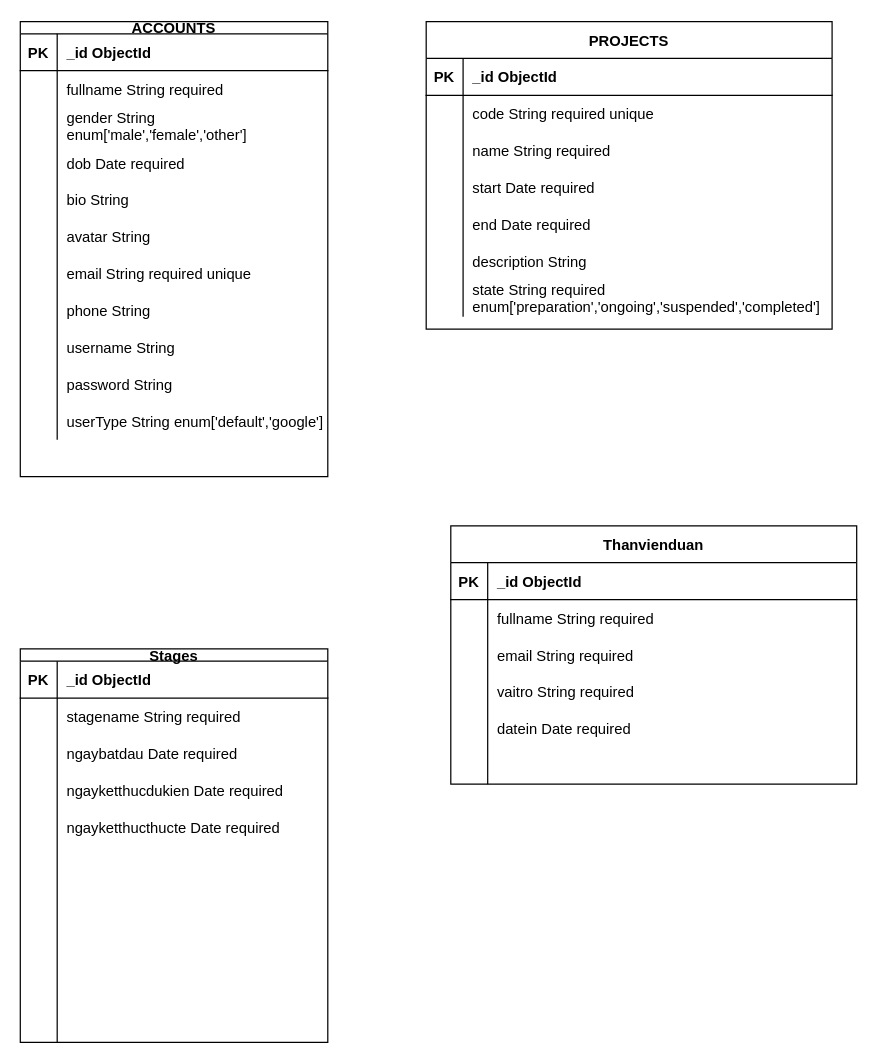
Before: Untitled Diagram.drawio in mqdo/pnl-x10-2-backend, a draw.io diagram. Source tidied: cells renumbered, new cells numbered last; positions are measured from the earlier drawing's top-left corner, leaving out a move shared by most shapes. Both pictures are drawn from the tidied source at 123%, with x=0, y=0 at pixel (20, 21).
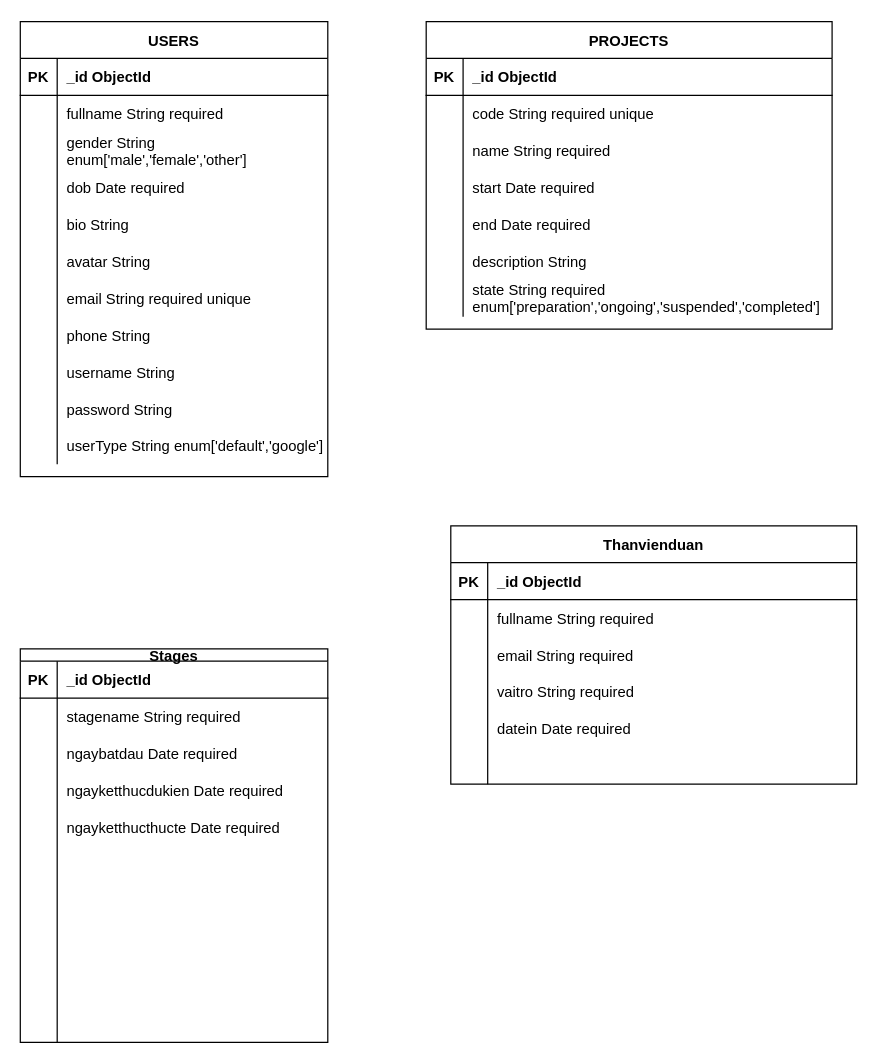
The same page after the edit.

Commit message:
Update Untitled Diagram.drawio, change Accounts model to Users

Diff of the diagram source:
```diff
@@
-    <mxCell id="24" value="ACCOUNTS" style="shape=table;startSize=10;childLayout=tableLayout;rowLines=0;fontStyle=1;align=center;" parent="1" vertex="1">
+    <mxCell id="24" value="USERS" style="shape=table;startSize=30;childLayout=tableLayout;rowLines=0;fontStyle=1;align=center;" parent="1" vertex="1">
       <mxGeometry width="250" height="370" as="geometry" />
     </mxCell>
     <mxCell id="25" style="shape=partialRectangle;fillColor=none;top=0;left=0;right=0;bottom=1;" parent="24" vertex="1">
-      <mxGeometry y="10" width="250" height="30" as="geometry" />
+      <mxGeometry y="30" width="250" height="30" as="geometry" />
     </mxCell>
@@
     <mxCell id="28" style="shape=partialRectangle;fillColor=none;top=0;left=0;right=0;bottom=0;" parent="24" vertex="1">
-      <mxGeometry y="40" width="250" height="30" as="geometry" />
+      <mxGeometry y="60" width="250" height="30" as="geometry" />
     </mxCell>
@@
     <mxCell id="31" style="shape=partialRectangle;fillColor=none;top=0;left=0;right=0;bottom=0;" parent="24" vertex="1">
-      <mxGeometry y="70" width="250" height="30" as="geometry" />
+      <mxGeometry y="90" width="250" height="30" as="geometry" />
     </mxCell>
@@
     <mxCell id="34" style="shape=partialRectangle;fillColor=none;top=0;left=0;right=0;bottom=0;" parent="24" vertex="1">
-      <mxGeometry y="100" width="250" height="30" as="geometry" />
+      <mxGeometry y="120" width="250" height="30" as="geometry" />
     </mxCell>
@@
     <mxCell id="37" style="shape=partialRectangle;fillColor=none;top=0;left=0;right=0;bottom=0;" parent="24" vertex="1">
-      <mxGeometry y="130" width="250" height="30" as="geometry" />
+      <mxGeometry y="150" width="250" height="30" as="geometry" />
     </mxCell>
@@
     <mxCell id="40" style="shape=partialRectangle;fillColor=none;top=0;left=0;right=0;bottom=0;" parent="24" vertex="1">
-      <mxGeometry y="160" width="250" height="30" as="geometry" />
+      <mxGeometry y="180" width="250" height="30" as="geometry" />
     </mxCell>
@@
     <mxCell id="43" style="shape=partialRectangle;fillColor=none;top=0;left=0;right=0;bottom=0;" parent="24" vertex="1">
-      <mxGeometry y="190" width="250" height="30" as="geometry" />
+      <mxGeometry y="210" width="250" height="30" as="geometry" />
     </mxCell>
@@
     <mxCell id="46" style="shape=partialRectangle;fillColor=none;top=0;left=0;right=0;bottom=0;" parent="24" vertex="1">
-      <mxGeometry y="220" width="250" height="30" as="geometry" />
+      <mxGeometry y="240" width="250" height="30" as="geometry" />
     </mxCell>
@@
     <mxCell id="49" style="shape=partialRectangle;fillColor=none;top=0;left=0;right=0;bottom=0;" parent="24" vertex="1">
-      <mxGeometry y="250" width="250" height="30" as="geometry" />
+      <mxGeometry y="270" width="250" height="30" as="geometry" />
     </mxCell>
@@
     <mxCell id="52" style="shape=partialRectangle;fillColor=none;top=0;left=0;right=0;bottom=0;" parent="24" vertex="1">
-      <mxGeometry y="280" width="250" height="30" as="geometry" />
+      <mxGeometry y="300" width="250" height="30" as="geometry" />
     </mxCell>
@@
     <mxCell id="55" style="shape=partialRectangle;fillColor=none;top=0;left=0;right=0;bottom=0;" parent="24" vertex="1">
-      <mxGeometry y="310" width="250" height="30" as="geometry" />
+      <mxGeometry y="330" width="250" height="30" as="geometry" />
     </mxCell>
```
